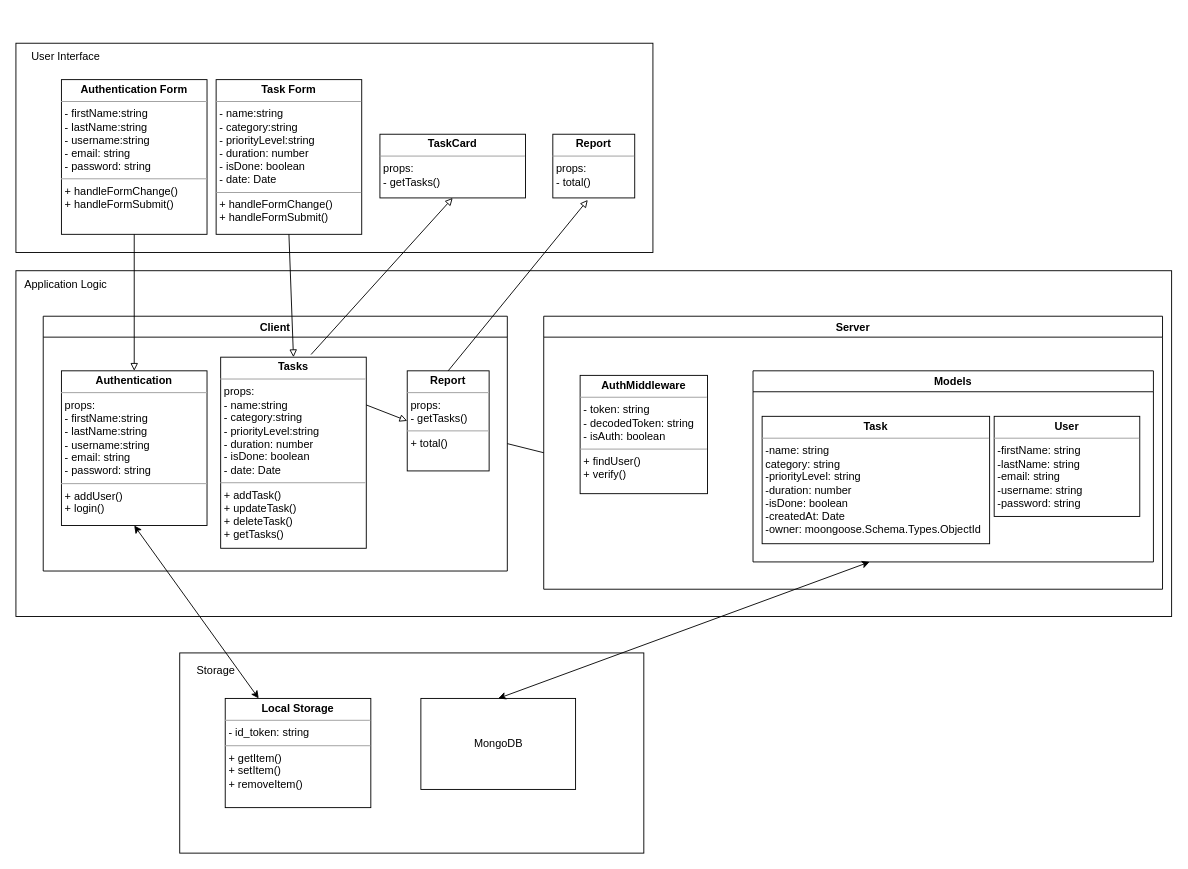
ViNguyen3747/Voice-Powered-Self-Productivity keeps this draw.io diagram as images/hardware/subsystem services.drawio. Above is the earlier version. Source tidied: cells renumbered, new cells numbered last; positions are measured from the earlier drawing's top-left corner, leaving out a move shared by most shapes. Both pictures are drawn from the tidied source at 91%, with x=0, y=0 at pixel (15, 43).
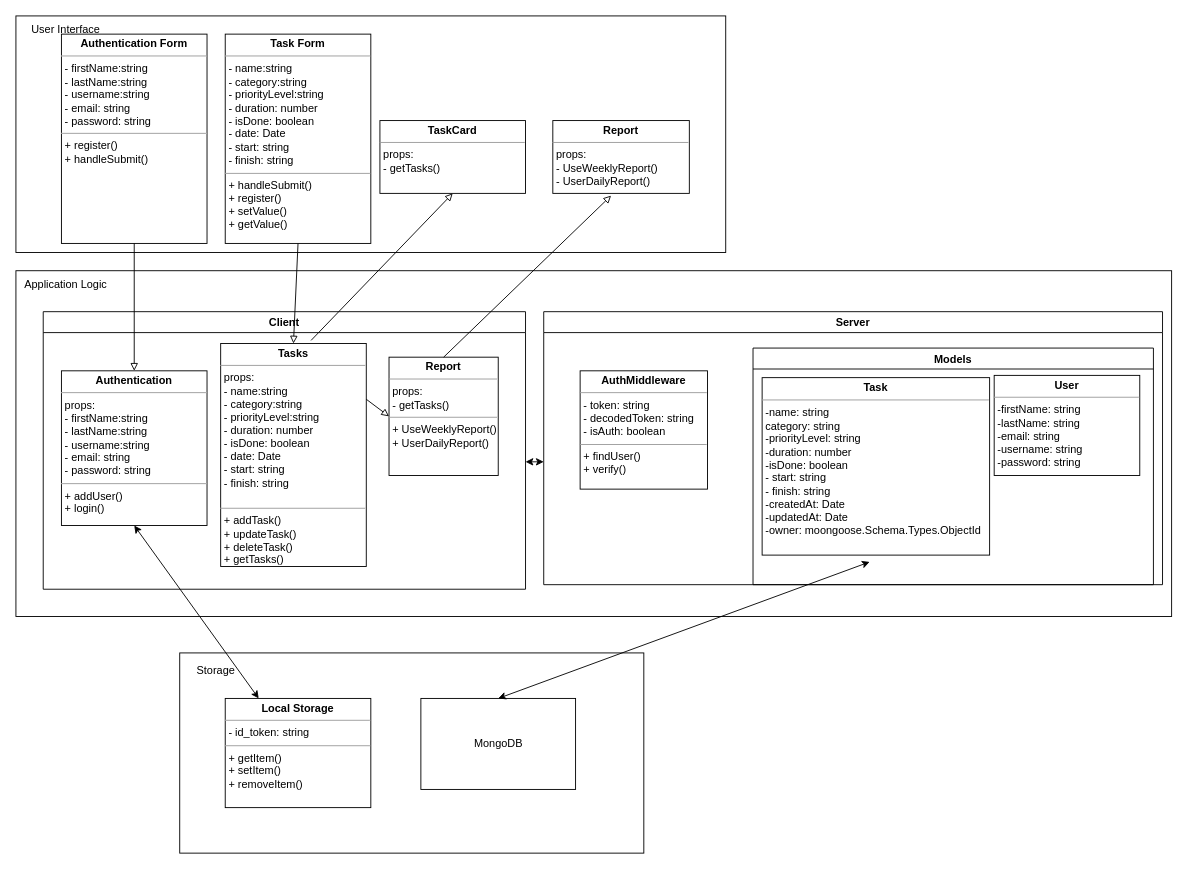
Above is the later version.

The edit, as a diff of the source:
```diff
@@
     <mxCell id="7" value="&lt;p style=&quot;margin: 0px ; margin-top: 4px ; text-align: center&quot;&gt;&lt;b&gt;User&lt;/b&gt;&lt;/p&gt;&lt;hr size=&quot;1&quot;&gt;&lt;p style=&quot;margin: 0px ; margin-left: 4px&quot;&gt;-firstName: string&lt;/p&gt;&lt;p style=&quot;margin: 0px ; margin-left: 4px&quot;&gt;-lastName: string&lt;/p&gt;&lt;p style=&quot;margin: 0px ; margin-left: 4px&quot;&gt;-email: string&lt;/p&gt;&lt;p style=&quot;margin: 0px ; margin-left: 4px&quot;&gt;-username: string&lt;/p&gt;&lt;p style=&quot;margin: 0px ; margin-left: 4px&quot;&gt;-password: string&lt;/p&gt;&lt;p style=&quot;margin: 0px ; margin-left: 4px&quot;&gt;&lt;br&gt;&lt;/p&gt;&lt;p style=&quot;margin: 0px ; margin-left: 4px&quot;&gt;&lt;br&gt;&lt;/p&gt;&lt;p style=&quot;margin: 0px ; margin-left: 4px&quot;&gt;&lt;br&gt;&lt;/p&gt;" style="verticalAlign=top;align=left;overflow=fill;fontSize=12;fontFamily=Helvetica;html=1;" parent="1" vertex="1">
-      <mxGeometry x="1075" y="410" width="160" height="110" as="geometry" />
+      <mxGeometry x="1075" y="365" width="160" height="110" as="geometry" />
     </mxCell>
@@
     <mxCell id="9" value="Client" style="swimlane;" parent="1" vertex="1">
-      <mxGeometry x="30" y="300" width="510" height="280" as="geometry" />
+      <mxGeometry x="30" y="295" width="530" height="305" as="geometry" />
     </mxCell>
-    <mxCell id="10" value="&lt;p style=&quot;margin: 0px ; margin-top: 4px ; text-align: center&quot;&gt;&lt;b&gt;Tasks&lt;/b&gt;&lt;/p&gt;&lt;hr size=&quot;1&quot;&gt;&lt;p style=&quot;margin: 0px ; margin-left: 4px&quot;&gt;&lt;span&gt;props:&lt;/span&gt;&lt;/p&gt;&lt;p style=&quot;margin: 0px ; margin-left: 4px&quot;&gt;&lt;span&gt;- name:string&lt;/span&gt;&lt;br&gt;&lt;/p&gt;&lt;p style=&quot;margin: 0px ; margin-left: 4px&quot;&gt;- category:string&lt;/p&gt;&lt;p style=&quot;margin: 0px ; margin-left: 4px&quot;&gt;- priorityLevel:string&lt;/p&gt;&lt;p style=&quot;margin: 0px ; margin-left: 4px&quot;&gt;- duration: number&lt;/p&gt;&lt;p style=&quot;margin: 0px ; margin-left: 4px&quot;&gt;- isDone: boolean&lt;/p&gt;&lt;p style=&quot;margin: 0px ; margin-left: 4px&quot;&gt;- date: Date&lt;/p&gt;&lt;hr size=&quot;1&quot;&gt;&lt;p style=&quot;margin: 0px ; margin-left: 4px&quot;&gt;+ addTask()&lt;/p&gt;&lt;p style=&quot;margin: 0px ; margin-left: 4px&quot;&gt;+ updateTask()&lt;/p&gt;&lt;p style=&quot;margin: 0px ; margin-left: 4px&quot;&gt;+ deleteTask()&lt;/p&gt;&lt;p style=&quot;margin: 0px ; margin-left: 4px&quot;&gt;+ getTasks()&lt;/p&gt;" style="verticalAlign=top;align=left;overflow=fill;fontSize=12;fontFamily=Helvetica;html=1;" parent="9" vertex="1">
-      <mxGeometry x="195" y="45" width="160" height="210" as="geometry" />
+    <mxCell id="10" value="&lt;p style=&quot;margin: 0px ; margin-top: 4px ; text-align: center&quot;&gt;&lt;b&gt;Tasks&lt;/b&gt;&lt;/p&gt;&lt;hr size=&quot;1&quot;&gt;&lt;p style=&quot;margin: 0px ; margin-left: 4px&quot;&gt;&lt;span&gt;props:&lt;/span&gt;&lt;/p&gt;&lt;p style=&quot;margin: 0px ; margin-left: 4px&quot;&gt;&lt;span&gt;- name:string&lt;/span&gt;&lt;br&gt;&lt;/p&gt;&lt;p style=&quot;margin: 0px ; margin-left: 4px&quot;&gt;- category:string&lt;/p&gt;&lt;p style=&quot;margin: 0px ; margin-left: 4px&quot;&gt;- priorityLevel:string&lt;/p&gt;&lt;p style=&quot;margin: 0px ; margin-left: 4px&quot;&gt;- duration: number&lt;/p&gt;&lt;p style=&quot;margin: 0px ; margin-left: 4px&quot;&gt;- isDone: boolean&lt;/p&gt;&lt;p style=&quot;margin: 0px ; margin-left: 4px&quot;&gt;- date: Date&lt;/p&gt;&lt;p style=&quot;margin: 0px 0px 0px 4px&quot;&gt;- start: string&lt;/p&gt;&lt;p style=&quot;margin: 0px 0px 0px 4px&quot;&gt;- finish: string&lt;/p&gt;&lt;div&gt;&lt;br&gt;&lt;/div&gt;&lt;hr size=&quot;1&quot;&gt;&lt;p style=&quot;margin: 0px ; margin-left: 4px&quot;&gt;+ addTask()&lt;/p&gt;&lt;p style=&quot;margin: 0px ; margin-left: 4px&quot;&gt;+ updateTask()&lt;/p&gt;&lt;p style=&quot;margin: 0px ; margin-left: 4px&quot;&gt;+ deleteTask()&lt;/p&gt;&lt;p style=&quot;margin: 0px ; margin-left: 4px&quot;&gt;+ getTasks()&lt;/p&gt;" style="verticalAlign=top;align=left;overflow=fill;fontSize=12;fontFamily=Helvetica;html=1;" parent="9" vertex="1">
+      <mxGeometry x="195" y="35" width="160" height="245" as="geometry" />
     </mxCell>
     <mxCell id="11" style="rounded=0;whiteSpace=wrap;html=1;" parent="1" vertex="1">
-      <mxGeometry width="700" height="230" as="geometry" />
+      <mxGeometry y="-30" width="780" height="260" as="geometry" />
     </mxCell>
     <mxCell id="12" value="User Interface" style="text;html=1;strokeColor=none;fillColor=none;align=center;verticalAlign=middle;whiteSpace=wrap;rounded=0;" parent="1" vertex="1">
-      <mxGeometry width="110" height="30" as="geometry" />
+      <mxGeometry y="-30" width="110" height="30" as="geometry" />
     </mxCell>
-    <mxCell id="13" value="&lt;p style=&quot;margin: 0px ; margin-top: 4px ; text-align: center&quot;&gt;&lt;b&gt;Authentication Form&lt;/b&gt;&lt;/p&gt;&lt;hr size=&quot;1&quot;&gt;&lt;p style=&quot;margin: 0px ; margin-left: 4px&quot;&gt;&lt;span&gt;- firstName:string&lt;/span&gt;&lt;br&gt;&lt;/p&gt;&lt;p style=&quot;margin: 0px ; margin-left: 4px&quot;&gt;- lastName:string&lt;/p&gt;&lt;p style=&quot;margin: 0px ; margin-left: 4px&quot;&gt;- username:string&lt;/p&gt;&lt;p style=&quot;margin: 0px ; margin-left: 4px&quot;&gt;- email: string&lt;/p&gt;&lt;p style=&quot;margin: 0px ; margin-left: 4px&quot;&gt;- password: string&lt;/p&gt;&lt;hr size=&quot;1&quot;&gt;&lt;p style=&quot;margin: 0px ; margin-left: 4px&quot;&gt;+ handleFormChange()&lt;/p&gt;&lt;p style=&quot;margin: 0px ; margin-left: 4px&quot;&gt;+ handleFormSubmit()&lt;/p&gt;" style="verticalAlign=top;align=left;overflow=fill;fontSize=12;fontFamily=Helvetica;html=1;" parent="1" vertex="1">
-      <mxGeometry x="50" y="40" width="160" height="170" as="geometry" />
+    <mxCell id="13" value="&lt;p style=&quot;margin: 0px ; margin-top: 4px ; text-align: center&quot;&gt;&lt;b&gt;Authentication Form&lt;/b&gt;&lt;/p&gt;&lt;hr size=&quot;1&quot;&gt;&lt;p style=&quot;margin: 0px ; margin-left: 4px&quot;&gt;&lt;span&gt;- firstName:string&lt;/span&gt;&lt;br&gt;&lt;/p&gt;&lt;p style=&quot;margin: 0px ; margin-left: 4px&quot;&gt;- lastName:string&lt;/p&gt;&lt;p style=&quot;margin: 0px ; margin-left: 4px&quot;&gt;- username:string&lt;/p&gt;&lt;p style=&quot;margin: 0px ; margin-left: 4px&quot;&gt;- email: string&lt;/p&gt;&lt;p style=&quot;margin: 0px ; margin-left: 4px&quot;&gt;- password: string&lt;/p&gt;&lt;hr size=&quot;1&quot;&gt;&lt;p style=&quot;margin: 0px ; margin-left: 4px&quot;&gt;+ register()&lt;/p&gt;&lt;p style=&quot;margin: 0px ; margin-left: 4px&quot;&gt;+ handleSubmit()&lt;/p&gt;" style="verticalAlign=top;align=left;overflow=fill;fontSize=12;fontFamily=Helvetica;html=1;" parent="1" vertex="1">
+      <mxGeometry x="50" y="-10" width="160" height="230" as="geometry" />
     </mxCell>
@@
-    <mxCell id="15" value="&lt;p style=&quot;margin: 0px ; margin-top: 4px ; text-align: center&quot;&gt;&lt;b&gt;Task Form&lt;/b&gt;&lt;/p&gt;&lt;hr size=&quot;1&quot;&gt;&lt;p style=&quot;margin: 0px ; margin-left: 4px&quot;&gt;&lt;span&gt;- name:string&lt;/span&gt;&lt;br&gt;&lt;/p&gt;&lt;p style=&quot;margin: 0px ; margin-left: 4px&quot;&gt;- category:string&lt;/p&gt;&lt;p style=&quot;margin: 0px ; margin-left: 4px&quot;&gt;- priorityLevel:string&lt;/p&gt;&lt;p style=&quot;margin: 0px ; margin-left: 4px&quot;&gt;- duration: number&lt;/p&gt;&lt;p style=&quot;margin: 0px ; margin-left: 4px&quot;&gt;- isDone: boolean&lt;/p&gt;&lt;p style=&quot;margin: 0px ; margin-left: 4px&quot;&gt;- date: Date&lt;/p&gt;&lt;hr size=&quot;1&quot;&gt;&lt;p style=&quot;margin: 0px ; margin-left: 4px&quot;&gt;+ handleFormChange()&lt;/p&gt;&lt;p style=&quot;margin: 0px ; margin-left: 4px&quot;&gt;+ handleFormSubmit()&lt;/p&gt;" style="verticalAlign=top;align=left;overflow=fill;fontSize=12;fontFamily=Helvetica;html=1;" parent="1" vertex="1">
-      <mxGeometry x="220" y="40" width="160" height="170" as="geometry" />
+    <mxCell id="15" value="&lt;p style=&quot;margin: 0px ; margin-top: 4px ; text-align: center&quot;&gt;&lt;b&gt;Task Form&lt;/b&gt;&lt;/p&gt;&lt;hr size=&quot;1&quot;&gt;&lt;p style=&quot;margin: 0px ; margin-left: 4px&quot;&gt;&lt;span&gt;- name:string&lt;/span&gt;&lt;br&gt;&lt;/p&gt;&lt;p style=&quot;margin: 0px ; margin-left: 4px&quot;&gt;- category:string&lt;/p&gt;&lt;p style=&quot;margin: 0px ; margin-left: 4px&quot;&gt;- priorityLevel:string&lt;/p&gt;&lt;p style=&quot;margin: 0px ; margin-left: 4px&quot;&gt;- duration: number&lt;/p&gt;&lt;p style=&quot;margin: 0px ; margin-left: 4px&quot;&gt;- isDone: boolean&lt;/p&gt;&lt;p style=&quot;margin: 0px ; margin-left: 4px&quot;&gt;- date: Date&lt;/p&gt;&lt;p style=&quot;margin: 0px ; margin-left: 4px&quot;&gt;- start: string&lt;/p&gt;&lt;p style=&quot;margin: 0px ; margin-left: 4px&quot;&gt;- finish: string&lt;/p&gt;&lt;hr size=&quot;1&quot;&gt;&lt;p style=&quot;margin: 0px ; margin-left: 4px&quot;&gt;+ handleSubmit()&lt;/p&gt;&lt;p style=&quot;margin: 0px ; margin-left: 4px&quot;&gt;+ register()&lt;/p&gt;&lt;p style=&quot;margin: 0px ; margin-left: 4px&quot;&gt;+ setValue()&lt;/p&gt;&lt;p style=&quot;margin: 0px ; margin-left: 4px&quot;&gt;+ getValue()&lt;/p&gt;" style="verticalAlign=top;align=left;overflow=fill;fontSize=12;fontFamily=Helvetica;html=1;" parent="1" vertex="1">
+      <mxGeometry x="230" y="-10" width="160" height="230" as="geometry" />
     </mxCell>
@@
     <mxCell id="17" value="&lt;p style=&quot;margin: 0px ; margin-top: 4px ; text-align: center&quot;&gt;&lt;b&gt;TaskCard&lt;/b&gt;&lt;/p&gt;&lt;hr size=&quot;1&quot;&gt;&lt;p style=&quot;margin: 0px ; margin-left: 4px&quot;&gt;&lt;/p&gt;&lt;p style=&quot;margin: 0px ; margin-left: 4px&quot;&gt;props:&lt;/p&gt;&lt;p style=&quot;margin: 0px ; margin-left: 4px&quot;&gt;- getTasks()&lt;/p&gt;" style="verticalAlign=top;align=left;overflow=fill;fontSize=12;fontFamily=Helvetica;html=1;" parent="1" vertex="1">
-      <mxGeometry x="400" y="100" width="160" height="70" as="geometry" />
+      <mxGeometry x="400" y="85" width="160" height="80" as="geometry" />
     </mxCell>
@@
-    <mxCell id="19" value="&lt;p style=&quot;margin: 0px ; margin-top: 4px ; text-align: center&quot;&gt;&lt;b&gt;Report&lt;/b&gt;&lt;/p&gt;&lt;hr size=&quot;1&quot;&gt;&lt;p style=&quot;margin: 0px ; margin-left: 4px&quot;&gt;&lt;span&gt;props:&lt;/span&gt;&lt;/p&gt;&lt;p style=&quot;margin: 0px ; margin-left: 4px&quot;&gt;&lt;span&gt;- getTasks()&lt;br&gt;&lt;/span&gt;&lt;/p&gt;&lt;hr size=&quot;1&quot;&gt;&lt;p style=&quot;margin: 0px ; margin-left: 4px&quot;&gt;+ total()&lt;/p&gt;" style="verticalAlign=top;align=left;overflow=fill;fontSize=12;fontFamily=Helvetica;html=1;" parent="1" vertex="1">
-      <mxGeometry x="430" y="360" width="90" height="110" as="geometry" />
+    <mxCell id="19" value="&lt;p style=&quot;margin: 0px ; margin-top: 4px ; text-align: center&quot;&gt;&lt;b&gt;Report&lt;/b&gt;&lt;/p&gt;&lt;hr size=&quot;1&quot;&gt;&lt;p style=&quot;margin: 0px ; margin-left: 4px&quot;&gt;&lt;span&gt;props:&lt;/span&gt;&lt;/p&gt;&lt;p style=&quot;margin: 0px ; margin-left: 4px&quot;&gt;&lt;span&gt;- getTasks()&lt;br&gt;&lt;/span&gt;&lt;/p&gt;&lt;hr size=&quot;1&quot;&gt;&lt;p style=&quot;margin: 0px 0px 0px 4px&quot;&gt;+ UseWeeklyReport()&lt;/p&gt;&lt;p style=&quot;margin: 0px 0px 0px 4px&quot;&gt;+ UserDailyReport()&lt;/p&gt;" style="verticalAlign=top;align=left;overflow=fill;fontSize=12;fontFamily=Helvetica;html=1;" parent="1" vertex="1">
+      <mxGeometry x="410" y="345" width="120" height="130" as="geometry" />
     </mxCell>
@@
-    <mxCell id="21" value="&lt;p style=&quot;margin: 0px ; margin-top: 4px ; text-align: center&quot;&gt;&lt;b&gt;Report&lt;/b&gt;&lt;/p&gt;&lt;hr size=&quot;1&quot;&gt;&lt;p style=&quot;margin: 0px ; margin-left: 4px&quot;&gt;&lt;span&gt;props:&lt;/span&gt;&lt;/p&gt;&lt;p style=&quot;margin: 0px ; margin-left: 4px&quot;&gt;&lt;span&gt;- total()&lt;br&gt;&lt;/span&gt;&lt;/p&gt;&lt;p style=&quot;margin: 0px ; margin-left: 4px&quot;&gt;&lt;br&gt;&lt;/p&gt;" style="verticalAlign=top;align=left;overflow=fill;fontSize=12;fontFamily=Helvetica;html=1;" parent="1" vertex="1">
-      <mxGeometry x="590" y="100" width="90" height="70" as="geometry" />
+    <mxCell id="21" value="&lt;p style=&quot;margin: 0px ; margin-top: 4px ; text-align: center&quot;&gt;&lt;b&gt;Report&lt;/b&gt;&lt;/p&gt;&lt;hr size=&quot;1&quot;&gt;&lt;p style=&quot;margin: 0px ; margin-left: 4px&quot;&gt;props:&lt;/p&gt;&lt;p style=&quot;margin: 0px 0px 0px 4px&quot;&gt;- UseWeeklyReport()&lt;/p&gt;&lt;p style=&quot;margin: 0px 0px 0px 4px&quot;&gt;- UserDailyReport()&lt;/p&gt;&lt;p style=&quot;margin: 0px ; margin-left: 4px&quot;&gt;&lt;br&gt;&lt;/p&gt;" style="verticalAlign=top;align=left;overflow=fill;fontSize=12;fontFamily=Helvetica;html=1;" parent="1" vertex="1">
+      <mxGeometry x="590" y="85" width="150" height="80" as="geometry" />
     </mxCell>
@@
     <mxCell id="23" value="Server" style="swimlane;startSize=23;" parent="1" vertex="1">
-      <mxGeometry x="580" y="300" width="680" height="300" as="geometry" />
+      <mxGeometry x="580" y="295" width="680" height="300" as="geometry" />
     </mxCell>
@@
     <mxCell id="25" value="Models" style="swimlane;" parent="1" vertex="1">
-      <mxGeometry x="810" y="360" width="440" height="210" as="geometry" />
+      <mxGeometry x="810" y="335" width="440" height="260" as="geometry" />
     </mxCell>
-    <mxCell id="26" value="&lt;p style=&quot;margin: 0px ; margin-top: 4px ; text-align: center&quot;&gt;&lt;b&gt;Task&lt;/b&gt;&lt;/p&gt;&lt;hr size=&quot;1&quot;&gt;&lt;p style=&quot;margin: 0px ; margin-left: 4px&quot;&gt;-name: string&lt;/p&gt;&lt;p style=&quot;margin: 0px ; margin-left: 4px&quot;&gt;category: string&lt;/p&gt;&lt;p style=&quot;margin: 0px ; margin-left: 4px&quot;&gt;-priorityLevel: string&lt;/p&gt;&lt;p style=&quot;margin: 0px ; margin-left: 4px&quot;&gt;-duration: number&lt;/p&gt;&lt;p style=&quot;margin: 0px ; margin-left: 4px&quot;&gt;-isDone: boolean&lt;/p&gt;&lt;p style=&quot;margin: 0px ; margin-left: 4px&quot;&gt;-createdAt: Date&lt;/p&gt;&lt;p style=&quot;margin: 0px ; margin-left: 4px&quot;&gt;-owner: moongoose.Schema.Types.ObjectId&lt;/p&gt;&lt;p style=&quot;margin: 0px ; margin-left: 4px&quot;&gt;&lt;br&gt;&lt;/p&gt;&lt;p style=&quot;margin: 0px ; margin-left: 4px&quot;&gt;&lt;br&gt;&lt;/p&gt;&lt;p style=&quot;margin: 0px ; margin-left: 4px&quot;&gt;&lt;br&gt;&lt;/p&gt;" style="verticalAlign=top;align=left;overflow=fill;fontSize=12;fontFamily=Helvetica;html=1;" parent="25" vertex="1">
-      <mxGeometry x="10" y="50" width="250" height="140" as="geometry" />
+    <mxCell id="26" value="&lt;p style=&quot;margin: 0px ; margin-top: 4px ; text-align: center&quot;&gt;&lt;b&gt;Task&lt;/b&gt;&lt;/p&gt;&lt;hr size=&quot;1&quot;&gt;&lt;p style=&quot;margin: 0px ; margin-left: 4px&quot;&gt;-name: string&lt;/p&gt;&lt;p style=&quot;margin: 0px ; margin-left: 4px&quot;&gt;category: string&lt;/p&gt;&lt;p style=&quot;margin: 0px ; margin-left: 4px&quot;&gt;-priorityLevel: string&lt;/p&gt;&lt;p style=&quot;margin: 0px ; margin-left: 4px&quot;&gt;-duration: number&lt;/p&gt;&lt;p style=&quot;margin: 0px ; margin-left: 4px&quot;&gt;-isDone: boolean&lt;/p&gt;&lt;p style=&quot;margin: 0px ; margin-left: 4px&quot;&gt;- start: string&lt;/p&gt;&lt;p style=&quot;margin: 0px ; margin-left: 4px&quot;&gt;- finish: string&lt;/p&gt;&lt;p style=&quot;margin: 0px ; margin-left: 4px&quot;&gt;-createdAt: Date&lt;/p&gt;&lt;p style=&quot;margin: 0px ; margin-left: 4px&quot;&gt;-updatedAt: Date&lt;/p&gt;&lt;p style=&quot;margin: 0px ; margin-left: 4px&quot;&gt;-owner: moongoose.Schema.Types.ObjectId&lt;/p&gt;&lt;p style=&quot;margin: 0px ; margin-left: 4px&quot;&gt;&lt;br&gt;&lt;/p&gt;&lt;p style=&quot;margin: 0px ; margin-left: 4px&quot;&gt;&lt;br&gt;&lt;/p&gt;&lt;p style=&quot;margin: 0px ; margin-left: 4px&quot;&gt;&lt;br&gt;&lt;/p&gt;" style="verticalAlign=top;align=left;overflow=fill;fontSize=12;fontFamily=Helvetica;html=1;" parent="25" vertex="1">
+      <mxGeometry x="10" y="32.5" width="250" height="195" as="geometry" />
     </mxCell>
@@
-    <mxCell id="28" style="endArrow=none;html=1;rounded=0;exitX=1;exitY=0.5;exitDx=0;exitDy=0;entryX=0;entryY=0.5;entryDx=0;entryDy=0;" parent="1" edge="1" source="9" target="23">
-      <mxGeometry relative="1" as="geometry" />
-    </mxCell>
@@
+    <mxCell id="31" style="endArrow=classic;startArrow=classic;html=1;rounded=0;" parent="1" edge="1">
+      <mxGeometry relative="1" as="geometry">
+        <mxPoint x="560" y="460" as="sourcePoint" />
+        <mxPoint x="580" y="460" as="targetPoint" />
+      </mxGeometry>
+    </mxCell>
```
